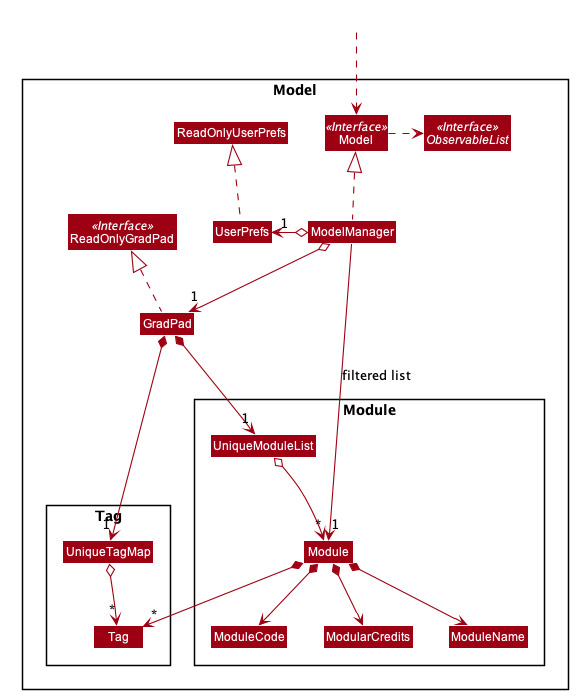
yan-soon/tp keeps this PlantUML diagram as docs/images/ModelClassDiagram.png. Above is the earlier version.
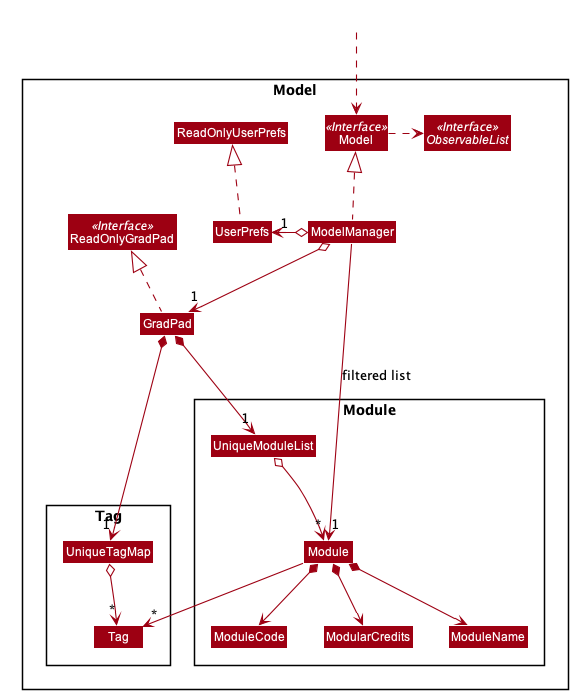
The same file after the commit.

Commit message:
DG: Change Model->Tag composition association to navigable association

What changed in the source:
```diff
@@ -95,7 +95,7 @@
 Module *--> ModuleCode
 Module *--> ModularCredits
 Module *--> ModuleName
-Module *--> "*" Tag
+Module --> "*" Tag
 
 ModuleCode -[hidden]right-> ModularCredits
 ModularCredits -[hidden]right-> ModuleName
```
